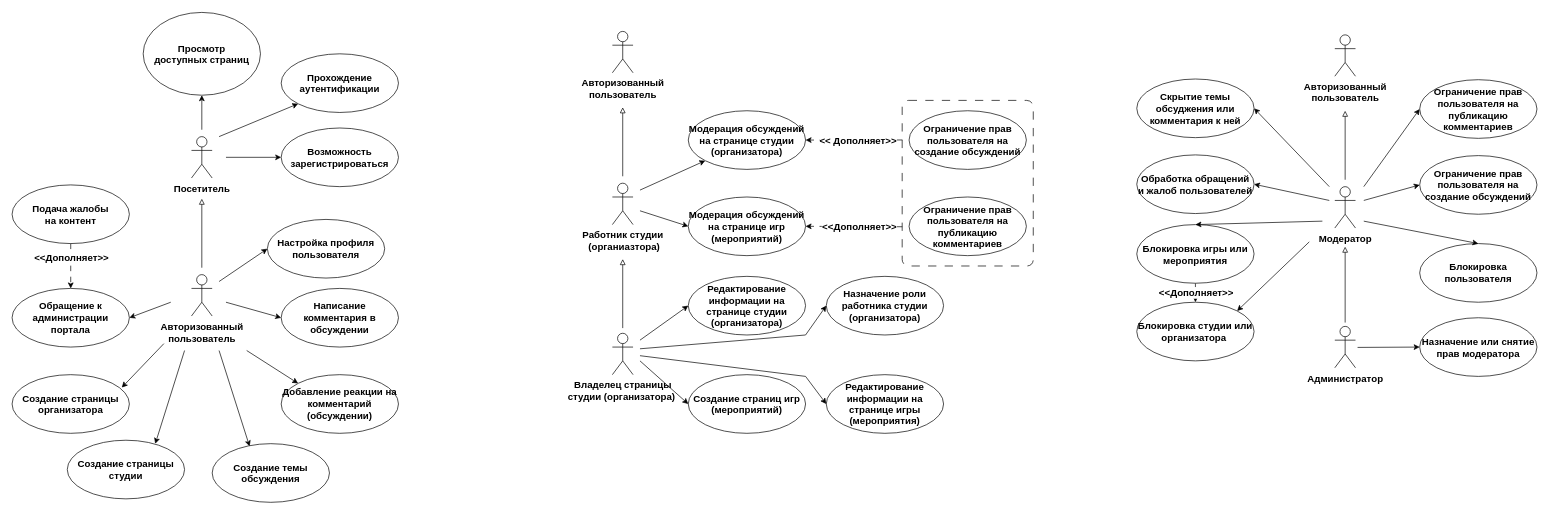
This is doc/usecases.drawio from TrondinDS/SNGGame, a draw.io file, before an edit. Source tidied: cells renumbered, new cells numbered last; positions are measured from the earlier drawing's top-left corner, leaving out a move shared by most shapes. Both pictures are drawn from the tidied source at 69%, with x=0, y=0 at pixel (12, 12).
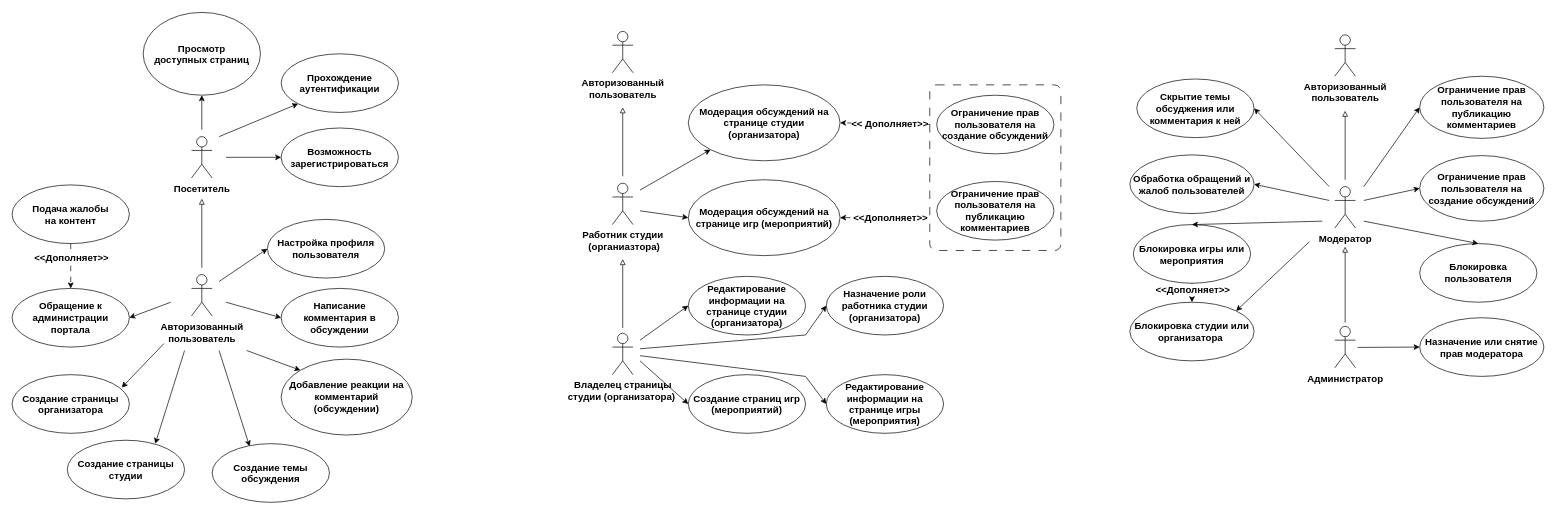
The same diagram, later.

The change refers to these unchanged cells:
```xml
<mxCell id="62" style="rounded=0;jettySize=auto;html=1;entryX=0.5;entryY=0;entryDx=0;entryDy=0;dashed=1;dashPattern=12 12;" parent="1" edge="1" source="64" target="61">
  <mxGeometry relative="1" as="geometry" />
</mxCell>
```

The edit, as a diff of the source:
```diff
@@
     <mxCell id="2" style="rounded=1;whiteSpace=wrap;html=1;fillColor=none;strokeWidth=1;dashed=1;dashPattern=12 12;arcSize=5;" parent="1" vertex="1">
-      <mxGeometry x="1290" y="127" width="190" height="240" as="geometry" />
+      <mxGeometry x="1330" y="104.5" width="190" height="240" as="geometry" />
     </mxCell>
@@
     <mxCell id="20" value="Добавление реакции на комментарий (обсуждении)" style="ellipse;whiteSpace=wrap;html=1;fontSize=14;fontStyle=1;" parent="1" vertex="1">
-      <mxGeometry x="390" y="524.5" width="170" height="85" as="geometry" />
+      <mxGeometry x="390" y="502" width="190" height="110" as="geometry" />
     </mxCell>
@@
     <mxCell id="27" value="Модерация обсуждений на странице студии (организатора)" style="ellipse;whiteSpace=wrap;html=1;fontSize=14;fontStyle=1;" parent="1" vertex="1">
-      <mxGeometry x="980" y="142" width="170" height="85" as="geometry" />
+      <mxGeometry x="980" y="104.5" width="220" height="110" as="geometry" />
     </mxCell>
     <mxCell id="28" value="Модерация обсуждений на странице игр (мероприятий)" style="ellipse;whiteSpace=wrap;html=1;fontSize=14;fontStyle=1;" parent="1" vertex="1">
-      <mxGeometry x="980" y="267" width="170" height="85" as="geometry" />
+      <mxGeometry x="980" y="242" width="220" height="110" as="geometry" />
     </mxCell>
-    <mxCell id="29" style="rounded=0;jettySize=auto;html=1;entryX=1;entryY=0.5;entryDx=0;entryDy=0;dashed=1;dashPattern=8 8;exitX=0.001;exitY=0.763;exitDx=0;exitDy=0;exitPerimeter=0;" parent="1" edge="1" source="2" target="28">
+    <mxCell id="29" style="rounded=0;jettySize=auto;html=1;entryX=1;entryY=0.5;entryDx=0;entryDy=0;dashed=1;dashPattern=8 8;exitX=-0.016;exitY=0.798;exitDx=0;exitDy=0;exitPerimeter=0;" parent="1" edge="1" source="2" target="28">
       <mxGeometry relative="1" as="geometry" />
     </mxCell>
@@
     <mxCell id="31" value="Ограничение прав пользователя на публикацию комментариев" style="ellipse;whiteSpace=wrap;html=1;fontSize=14;fontStyle=1;" parent="1" vertex="1">
-      <mxGeometry x="1300" y="267" width="170" height="85" as="geometry" />
+      <mxGeometry x="1340" y="244.5" width="170" height="85" as="geometry" />
     </mxCell>
@@
     <mxCell id="34" value="Ограничение прав пользователя на создание обсуждений" style="ellipse;whiteSpace=wrap;html=1;fontSize=14;fontStyle=1;" parent="1" vertex="1">
-      <mxGeometry x="1300" y="142" width="170" height="85" as="geometry" />
+      <mxGeometry x="1340" y="119.5" width="170" height="85" as="geometry" />
     </mxCell>
@@
     <mxCell id="58" value="Ограничение прав пользователя на публикацию комментариев" style="ellipse;whiteSpace=wrap;html=1;fontSize=14;fontStyle=1;" parent="1" vertex="1">
-      <mxGeometry x="2040" y="97" width="170" height="85" as="geometry" />
+      <mxGeometry x="2040" y="92" width="180" height="90" as="geometry" />
     </mxCell>
     <mxCell id="59" value="Ограничение прав пользователя на создание обсуждений" style="ellipse;whiteSpace=wrap;html=1;fontSize=14;fontStyle=1;" parent="1" vertex="1">
-      <mxGeometry x="2040" y="207" width="170" height="85" as="geometry" />
+      <mxGeometry x="2040" y="207" width="180" height="95" as="geometry" />
     </mxCell>
@@
     <mxCell id="61" value="Блокировка студии или организатора&amp;nbsp;" style="ellipse;whiteSpace=wrap;html=1;fontSize=14;fontStyle=1;" parent="1" vertex="1">
-      <mxGeometry x="1630" y="419.5" width="170" height="85" as="geometry" />
+      <mxGeometry x="1620" y="419.5" width="180" height="85" as="geometry" />
     </mxCell>
@@
     <mxCell id="63" value="&amp;lt;&amp;lt;Дополняет&amp;gt;&amp;gt;" style="edgeLabel;html=1;align=center;verticalAlign=middle;fontStyle=1;fontSize=14;" parent="62" vertex="1">
-      <mxGeometry x="-0.32" relative="1" as="geometry">
-        <mxPoint y="4" as="offset" />
-      </mxGeometry>
+      <mxGeometry x="-0.32" relative="1" as="geometry" />
     </mxCell>
     <mxCell id="64" value="Блокировка игры или мероприятия" style="ellipse;whiteSpace=wrap;html=1;fontSize=14;fontStyle=1;" parent="1" vertex="1">
-      <mxGeometry x="1630" y="307" width="170" height="85" as="geometry" />
+      <mxGeometry x="1625" y="307" width="170" height="85" as="geometry" />
     </mxCell>
     <mxCell id="65" value="Обработка обращений и жалоб пользователей" style="ellipse;whiteSpace=wrap;html=1;fontSize=14;fontStyle=1;" parent="1" vertex="1">
-      <mxGeometry x="1630" y="206" width="170" height="85" as="geometry" />
+      <mxGeometry x="1620" y="206" width="180" height="85" as="geometry" />
     </mxCell>
@@
     <mxCell id="74" value="Назначение или снятие прав модератора" style="ellipse;whiteSpace=wrap;html=1;fontSize=14;fontStyle=1;" parent="1" vertex="1">
-      <mxGeometry x="2040" y="442" width="170" height="85" as="geometry" />
+      <mxGeometry x="2040" y="442" width="180" height="85" as="geometry" />
     </mxCell>
```
